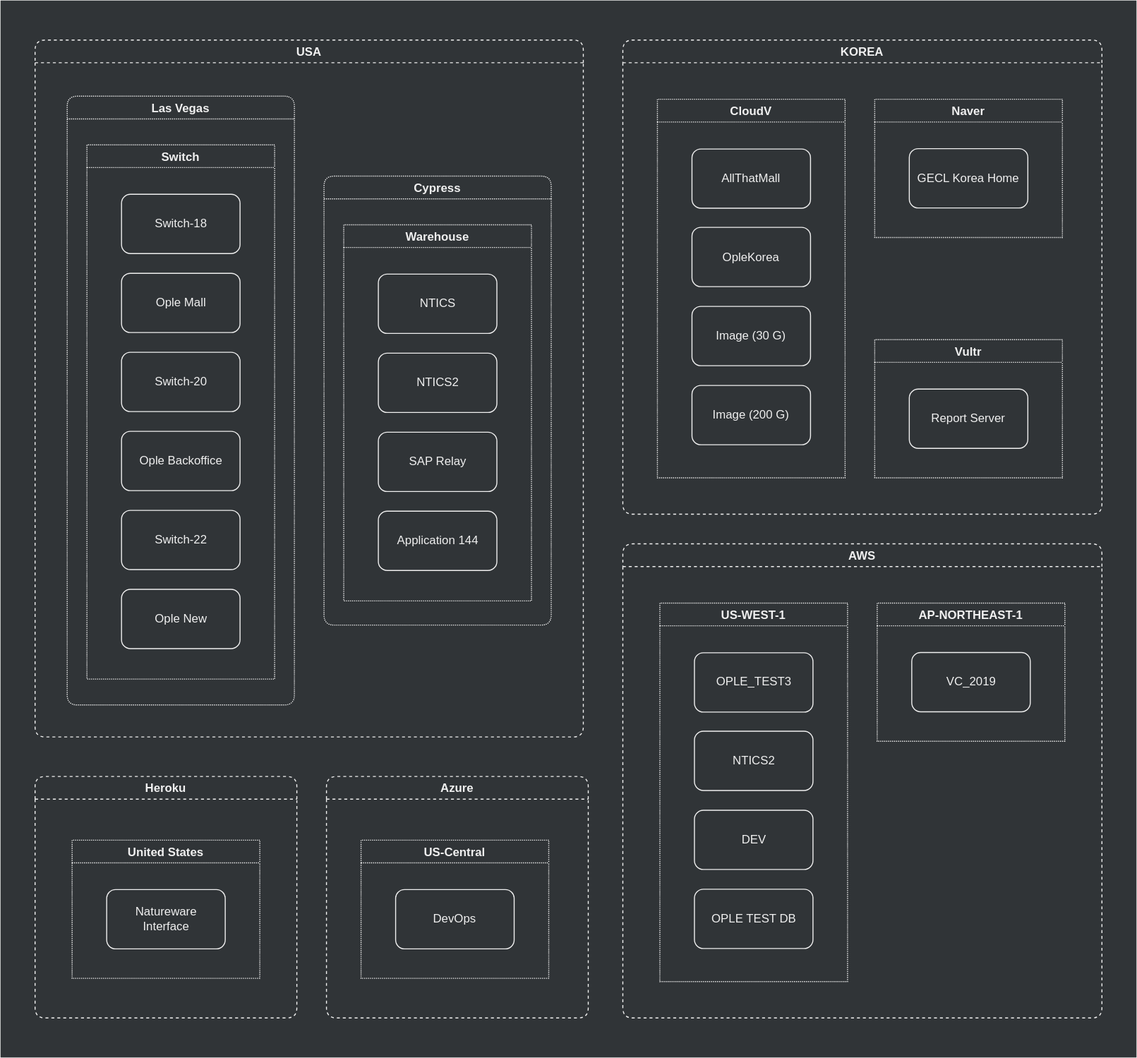
This is assets/.draw.io/references/network-structure-diagram.svg from jiholee-ntwglobal/jiholee-ntwglobal.github.io, a draw.io export, as it was before one commit. Source tidied: cells renumbered, new cells last; positions are measured from the earlier drawing's top-left corner, leaving out a move shared by most shapes.
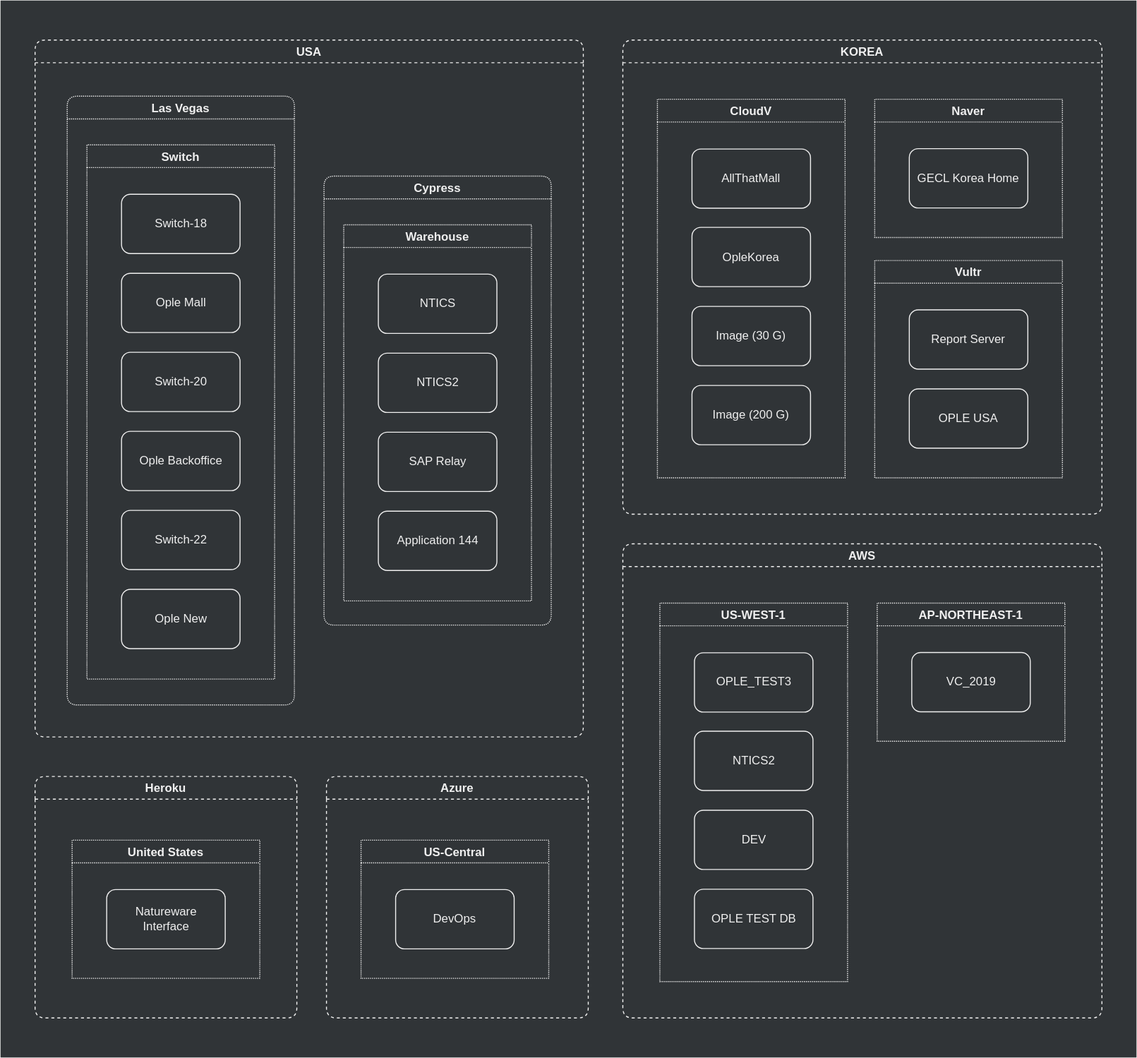
The same diagram one commit later.

Diff of the diagram source:
```diff
@@ -75,11 +75,14 @@
       <mxGeometry x="35" y="50" width="120" height="60" as="geometry" />
     </mxCell>
     <mxCell id="26" value="Vultr" style="swimlane;rounded=0;fillColor=none;strokeColor=#F0F0F0;fontColor=#F0F0F0;dashed=1;dashPattern=1 1;" parent="18" vertex="1">
-      <mxGeometry x="255" y="303.3" width="190" height="139.9" as="geometry" />
+      <mxGeometry x="255" y="223.2" width="190" height="220" as="geometry" />
     </mxCell>
     <mxCell id="27" value="Report Server" style="rounded=1;whiteSpace=wrap;html=1;strokeColor=#F0F0F0;fillColor=none;fontColor=#F0F0F0;" parent="26" vertex="1">
       <mxGeometry x="35" y="50" width="120" height="60" as="geometry" />
     </mxCell>
+    <mxCell id="42" value="OPLE USA" style="rounded=1;whiteSpace=wrap;html=1;strokeColor=#F0F0F0;fillColor=none;fontColor=#F0F0F0;" parent="26" vertex="1">
+      <mxGeometry x="35" y="130" width="120" height="60" as="geometry" />
+    </mxCell>
     <mxCell id="28" value="AWS" style="swimlane;rounded=1;fillColor=none;strokeColor=#F0F0F0;fontColor=#F0F0F0;dashed=1;" parent="1" vertex="1">
       <mxGeometry x="630" y="550" width="485" height="480" as="geometry" />
     </mxCell>
```
